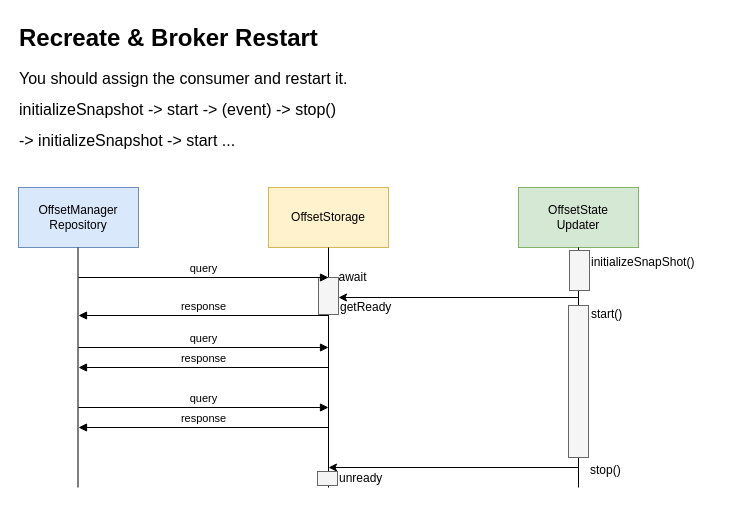
Earlier version of the draw.io diagram page "OffsetManager Diagram" (3 of 6) of docs/source-connect.drawio (milkcoke/source-connect). Source tidied: cells renumbered, new cells numbered last; positions are measured from the earlier drawing's top-left corner, leaving out a move shared by most shapes. Both pictures are drawn from the tidied source at 100%, with x=0, y=0 at pixel (17, 17).
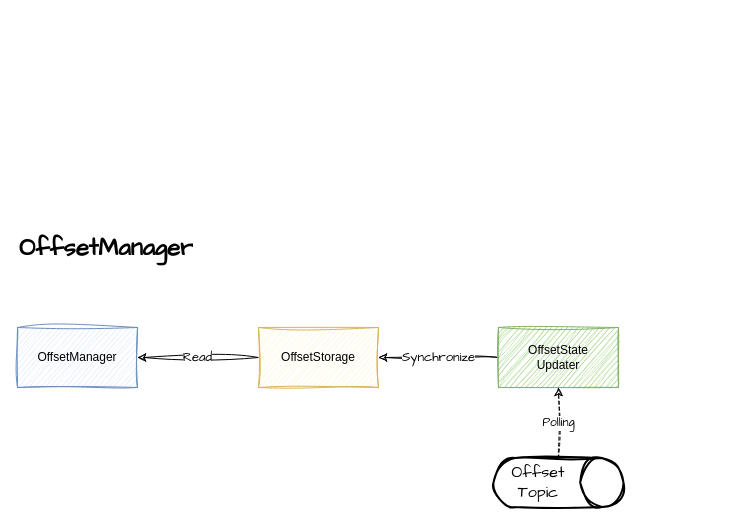
The same diagram, later.

Commit message (it also covers changes not shown here):
docs: Add a diagram of OffsetManager internal classes

The edit, as a diff of the source:
```diff
@@
-    <mxCell id="2" value="OffsetManager&lt;div&gt;Repository&lt;/div&gt;" style="rounded=0;whiteSpace=wrap;html=1;fillColor=#dae8fc;strokeColor=#6c8ebf;" parent="1" vertex="1">
-      <mxGeometry x="1" y="170" width="120" height="60" as="geometry" />
+    <mxCell id="2" value="OffsetManager" style="rounded=0;whiteSpace=wrap;html=1;fillColor=#dae8fc;strokeColor=#6c8ebf;sketch=1;curveFitting=1;jiggle=2;" parent="1" vertex="1">
+      <mxGeometry y="310" width="120" height="60" as="geometry" />
     </mxCell>
+    <mxCell id="27" value="&lt;font face=&quot;Architects Daughter&quot; style=&quot;font-size: 13px;&quot;&gt;Read&lt;/font&gt;" style="edgeStyle=orthogonalEdgeStyle;rounded=0;jettySize=auto;html=1;exitX=0;exitY=0.5;exitDx=0;exitDy=0;entryX=1;entryY=0.5;entryDx=0;entryDy=0;sketch=1;curveFitting=1;jiggle=2;" parent="1" edge="1" source="3" target="2">
+      <mxGeometry relative="1" as="geometry" />
+    </mxCell>
-    <mxCell id="3" value="OffsetStorage" style="rounded=0;whiteSpace=wrap;html=1;fillColor=#fff2cc;strokeColor=#d6b656;" parent="1" vertex="1">
-      <mxGeometry x="251" y="170" width="120" height="60" as="geometry" />
+    <mxCell id="3" value="OffsetStorage" style="rounded=0;whiteSpace=wrap;html=1;fillColor=#fff2cc;strokeColor=#d6b656;sketch=1;curveFitting=1;jiggle=2;" parent="1" vertex="1">
+      <mxGeometry x="241" y="310" width="120" height="60" as="geometry" />
     </mxCell>
+    <mxCell id="28" value="&lt;font face=&quot;Architects Daughter&quot; style=&quot;font-size: 13px;&quot;&gt;S&lt;span style=&quot;background-color: light-dark(#ffffff, var(--ge-dark-color, #121212)); color: light-dark(rgb(0, 0, 0), rgb(255, 255, 255));&quot;&gt;ynchronize&lt;/span&gt;&lt;/font&gt;" style="rounded=0;jettySize=auto;html=1;entryX=1;entryY=0.5;entryDx=0;entryDy=0;sketch=1;curveFitting=1;jiggle=2;" parent="1" edge="1" source="4" target="3">
+      <mxGeometry relative="1" as="geometry" />
+    </mxCell>
-    <mxCell id="4" value="OffsetState&lt;div&gt;Updater&lt;/div&gt;" style="rounded=0;whiteSpace=wrap;html=1;fillColor=#d5e8d4;strokeColor=#82b366;" parent="1" vertex="1">
-      <mxGeometry x="501" y="170" width="120" height="60" as="geometry" />
+    <mxCell id="4" value="OffsetState&lt;div&gt;Updater&lt;/div&gt;" style="rounded=0;whiteSpace=wrap;html=1;fillColor=#97D077;strokeColor=#82b366;sketch=1;curveFitting=1;jiggle=2;" parent="1" vertex="1">
+      <mxGeometry x="481" y="310" width="120" height="60" as="geometry" />
     </mxCell>
-    <mxCell id="5" style="endArrow=none;html=1;rounded=0;entryX=0.5;entryY=1;entryDx=0;entryDy=0;" parent="1" edge="1" target="4">
-      <mxGeometry relative="1" as="geometry">
-        <mxPoint x="561" y="470" as="sourcePoint" />
-      </mxGeometry>
-    </mxCell>
-    <mxCell id="6" style="endArrow=none;html=1;rounded=0;entryX=0.5;entryY=1;entryDx=0;entryDy=0;" parent="1" edge="1" target="3">
-      <mxGeometry relative="1" as="geometry">
-        <mxPoint x="311" y="470" as="sourcePoint" />
-      </mxGeometry>
-    </mxCell>
-    <mxCell id="7" style="endArrow=none;html=1;rounded=0;entryX=0.5;entryY=1;entryDx=0;entryDy=0;" parent="1" edge="1">
-      <mxGeometry relative="1" as="geometry">
-        <mxPoint x="60.5" y="470" as="sourcePoint" />
-        <mxPoint x="60.5" y="230" as="targetPoint" />
-      </mxGeometry>
-    </mxCell>
-    <mxCell id="8" value="initializeSnapShot()" style="text;html=1;align=left;verticalAlign=middle;strokeColor=none;fillColor=none;" parent="1" vertex="1">
-      <mxGeometry x="572" y="230" width="130" height="30" as="geometry" />
-    </mxCell>
-    <mxCell id="9" style="rounded=0;whiteSpace=wrap;html=1;fillColor=#f5f5f5;fontColor=#333333;strokeColor=#666666;" parent="1" vertex="1">
-      <mxGeometry x="301" y="260" width="20" height="37" as="geometry" />
-    </mxCell>
-    <mxCell id="10" value="getReady" style="text;html=1;align=left;verticalAlign=middle;whiteSpace=wrap;rounded=0;" parent="1" vertex="1">
-      <mxGeometry x="321" y="275" width="60" height="30" as="geometry" />
-    </mxCell>
-    <mxCell id="11" style="rounded=0;whiteSpace=wrap;html=1;fillColor=#f5f5f5;fontColor=#333333;strokeColor=#666666;" parent="1" vertex="1">
-      <mxGeometry x="552" y="233" width="20" height="40" as="geometry" />
-    </mxCell>
-    <mxCell id="12" style="endArrow=classic;html=1;rounded=0;" parent="1" edge="1">
-      <mxGeometry relative="1" as="geometry">
-        <mxPoint x="561" y="280" as="sourcePoint" />
-        <mxPoint x="321" y="280" as="targetPoint" />
-      </mxGeometry>
-    </mxCell>
-    <mxCell id="13" value="query" style="html=1;verticalAlign=bottom;endArrow=block;curved=0;rounded=0;" parent="1" edge="1">
-      <mxGeometry relative="1" as="geometry">
-        <mxPoint x="61" y="260" as="sourcePoint" />
-        <mxPoint x="311" y="260" as="targetPoint" />
-      </mxGeometry>
-    </mxCell>
-    <mxCell id="14" value="response" style="html=1;verticalAlign=bottom;endArrow=block;curved=0;rounded=0;" parent="1" edge="1">
-      <mxGeometry relative="1" as="geometry">
-        <mxPoint x="311" y="298" as="sourcePoint" />
-        <mxPoint x="61" y="298" as="targetPoint" />
-      </mxGeometry>
-    </mxCell>
-    <mxCell id="15" style="rounded=0;whiteSpace=wrap;html=1;fillColor=#f5f5f5;fontColor=#333333;strokeColor=#666666;" parent="1" vertex="1">
-      <mxGeometry x="551" y="288" width="20" height="152" as="geometry" />
-    </mxCell>
-    <mxCell id="16" value="start()" style="text;html=1;align=left;verticalAlign=middle;strokeColor=none;fillColor=none;" parent="1" vertex="1">
-      <mxGeometry x="572" y="282" width="50" height="30" as="geometry" />
-    </mxCell>
-    <mxCell id="17" style="endArrow=classic;html=1;rounded=0;" parent="1" edge="1">
-      <mxGeometry relative="1" as="geometry">
-        <mxPoint x="561" y="450" as="sourcePoint" />
-        <mxPoint x="311" y="450" as="targetPoint" />
-      </mxGeometry>
-    </mxCell>
-    <mxCell id="18" style="rounded=0;whiteSpace=wrap;html=1;fillColor=#f5f5f5;fontColor=#333333;strokeColor=#666666;" parent="1" vertex="1">
-      <mxGeometry x="300" y="454" width="20" height="14" as="geometry" />
-    </mxCell>
-    <mxCell id="19" value="unready" style="text;html=1;align=left;verticalAlign=middle;whiteSpace=wrap;rounded=0;" parent="1" vertex="1">
-      <mxGeometry x="320" y="446" width="60" height="30" as="geometry" />
-    </mxCell>
-    <mxCell id="20" value="stop()" style="text;html=1;align=left;verticalAlign=middle;strokeColor=none;fillColor=none;" parent="1" vertex="1">
-      <mxGeometry x="571" y="438" width="50" height="30" as="geometry" />
-    </mxCell>
-    <mxCell id="21" value="query" style="html=1;verticalAlign=bottom;endArrow=block;curved=0;rounded=0;" parent="1" edge="1">
-      <mxGeometry relative="1" as="geometry">
-        <mxPoint x="61" y="330" as="sourcePoint" />
-        <mxPoint x="311" y="330" as="targetPoint" />
-      </mxGeometry>
-    </mxCell>
-    <mxCell id="22" value="response" style="html=1;verticalAlign=bottom;endArrow=block;curved=0;rounded=0;" parent="1" edge="1">
-      <mxGeometry relative="1" as="geometry">
-        <mxPoint x="311" y="350" as="sourcePoint" />
-        <mxPoint x="61" y="350" as="targetPoint" />
-      </mxGeometry>
-    </mxCell>
-    <mxCell id="23" value="query" style="html=1;verticalAlign=bottom;endArrow=block;curved=0;rounded=0;" parent="1" edge="1">
-      <mxGeometry relative="1" as="geometry">
-        <mxPoint x="61" y="390" as="sourcePoint" />
-        <mxPoint x="311" y="390" as="targetPoint" />
-      </mxGeometry>
-    </mxCell>
-    <mxCell id="24" value="response" style="html=1;verticalAlign=bottom;endArrow=block;curved=0;rounded=0;" parent="1" edge="1">
-      <mxGeometry relative="1" as="geometry">
-        <mxPoint x="311" y="410" as="sourcePoint" />
-        <mxPoint x="61" y="410" as="targetPoint" />
-      </mxGeometry>
-    </mxCell>
-    <mxCell id="25" value="await" style="text;html=1;align=center;verticalAlign=middle;strokeColor=none;fillColor=none;" parent="1" vertex="1">
-      <mxGeometry x="310" y="245" width="50" height="30" as="geometry" />
-    </mxCell>
-    <mxCell id="26" value="&lt;h1 style=&quot;margin-top: 0px;&quot;&gt;Recreate &amp;amp; Broker Restart&lt;/h1&gt;&lt;p&gt;&lt;font style=&quot;font-size: 16px;&quot;&gt;You should assign the consumer and restart it.&lt;/font&gt;&lt;/p&gt;&lt;p&gt;&lt;span style=&quot;font-size: 16px;&quot;&gt;initializeSnapshot -&amp;gt; start -&amp;gt; (event) -&amp;gt; stop()&lt;/span&gt;&lt;/p&gt;&lt;p&gt;&lt;span style=&quot;font-size: 16px;&quot;&gt;-&amp;gt; initializeSnapshot -&amp;gt; start ...&lt;/span&gt;&lt;/p&gt;" style="text;html=1;whiteSpace=wrap;overflow=hidden;rounded=0;" parent="1" vertex="1">
-      <mxGeometry width="360" height="160" as="geometry" />
-    </mxCell>
+    <mxCell id="29" value="&lt;font face=&quot;Architects Daughter&quot; style=&quot;font-size: 12px;&quot;&gt;Polling&lt;/font&gt;" style="rounded=0;jettySize=auto;html=1;exitX=0;exitY=0.5;exitDx=0;exitDy=0;exitPerimeter=0;sketch=1;curveFitting=1;jiggle=2;entryX=0.5;entryY=1;entryDx=0;entryDy=0;dashed=1;" parent="1" edge="1" source="30" target="4">
+      <mxGeometry x="-0.01" relative="1" as="geometry" />
+    </mxCell>
+    <mxCell id="30" value="&lt;font style=&quot;font-size: 16px;&quot;&gt;Offset Topic&lt;/font&gt;" style="strokeWidth=2;html=1;shape=mxgraph.flowchart.database;whiteSpace=wrap;sketch=1;hachureGap=4;jiggle=2;curveFitting=1;fontFamily=Architects Daughter;rotation=90;horizontal=0;spacingRight=40;" parent="1" vertex="1">
+      <mxGeometry x="516.5" y="400" width="49" height="130" as="geometry" />
+    </mxCell>
+    <mxCell id="31" value="&lt;h1 style=&quot;margin-top: 0px;&quot;&gt;OffsetManager&lt;/h1&gt;" style="text;html=1;whiteSpace=wrap;overflow=hidden;rounded=0;fontFamily=Architects Daughter;fontStyle=1;" parent="1" vertex="1">
+      <mxGeometry y="210" width="180" height="40" as="geometry" />
+    </mxCell>
```
